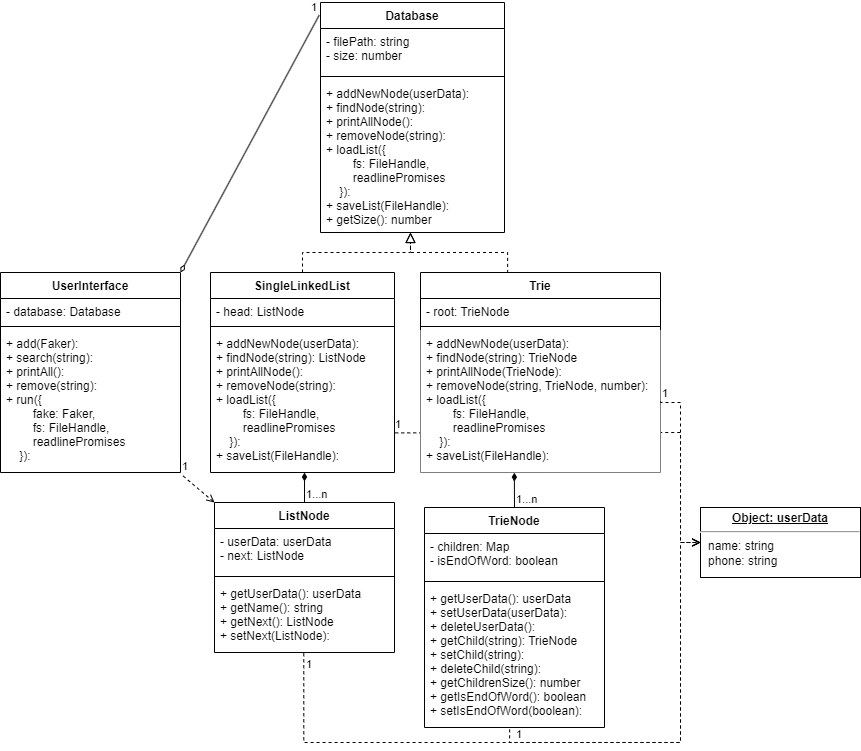
This is assets/step3.drawio.png from yongki150/object-oriented-phone-book, a draw.io export, as it was before one commit. Source tidied: cells renumbered, new cells last; positions are measured from the earlier drawing's top-left corner, leaving out a move shared by most shapes.
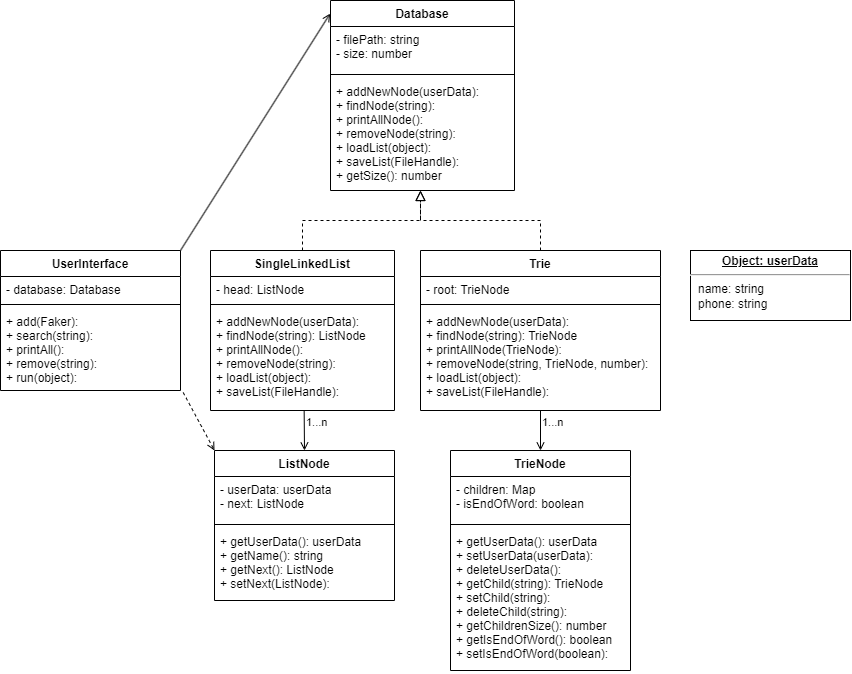
The same file after the commit.

Change to the diagram source:
```diff
@@ -2,23 +2,8 @@
   <root>
     <mxCell id="0" />
     <mxCell id="1" parent="0" />
-    <mxCell id="2" style="endArrow=open;endFill=0;html=1;align=left;verticalAlign=top;dashed=1;edgeStyle=orthogonalEdgeStyle;rounded=0;exitX=1.004;exitY=0.721;exitDx=0;exitDy=0;entryX=0;entryY=0.5;entryDx=0;entryDy=0;exitPerimeter=0;" parent="1" edge="1" source="11" target="38">
-      <mxGeometry x="-1" relative="1" as="geometry">
-        <Array as="points">
-          <mxPoint x="400" y="430" />
-          <mxPoint x="395" y="430" />
-          <mxPoint x="680" y="430" />
-          <mxPoint x="680" y="540" />
-        </Array>
-      </mxGeometry>
-    </mxCell>
-    <mxCell id="3" value="1" style="edgeLabel;html=1;align=left;verticalAlign=bottom;" parent="2" vertex="1">
-      <mxGeometry x="-1" relative="1" as="geometry">
-        <mxPoint x="-2" as="offset" />
-      </mxGeometry>
-    </mxCell>
     <mxCell id="4" value="UserInterface" style="swimlane;fontStyle=1;align=center;verticalAlign=top;horizontal=1;startSize=26;" parent="1" vertex="1">
-      <mxGeometry y="270" width="180" height="200" as="geometry" />
+      <mxGeometry y="270" width="180" height="140" as="geometry" />
     </mxCell>
     <mxCell id="5" value="- database: Database" style="text;strokeColor=none;fillColor=none;align=left;verticalAlign=top;spacingLeft=4;spacingRight=4;overflow=hidden;" parent="4" vertex="1">
       <mxGeometry y="26" width="180" height="24" as="geometry" />
@@ -26,11 +11,11 @@
     <mxCell id="6" style="line;strokeWidth=1;fillColor=none;align=left;verticalAlign=middle;spacingTop=-1;spacingLeft=3;spacingRight=3;labelPosition=right;strokeColor=inherit;" parent="4" vertex="1">
       <mxGeometry y="50" width="180" height="8" as="geometry" />
     </mxCell>
-    <mxCell id="7" value="+ add(Faker):&#10;+ search(string):&#10;+ printAll():&#10;+ remove(string):&#10;+ run({&#10;        fake: Faker,&#10;        fs: FileHandle,&#10;        readlinePromises&#10;    }):" style="text;strokeColor=none;fillColor=none;align=left;verticalAlign=top;spacingLeft=4;spacingRight=4;overflow=hidden;points=[[0,0.5],[1,0.5]];portConstraint=eastwest;" parent="4" vertex="1">
-      <mxGeometry y="58" width="180" height="142" as="geometry" />
+    <mxCell id="7" value="+ add(Faker):&#10;+ search(string):&#10;+ printAll():&#10;+ remove(string):&#10;+ run(object):" style="text;strokeColor=none;fillColor=none;align=left;verticalAlign=top;spacingLeft=4;spacingRight=4;overflow=hidden;points=[[0,0.5],[1,0.5]];portConstraint=eastwest;" parent="4" vertex="1">
+      <mxGeometry y="58" width="180" height="82" as="geometry" />
     </mxCell>
     <mxCell id="8" value="SingleLinkedList" style="swimlane;fontStyle=1;align=center;verticalAlign=top;horizontal=1;startSize=26;" parent="1" vertex="1">
-      <mxGeometry x="210" y="270" width="184" height="200" as="geometry" />
+      <mxGeometry x="210" y="270" width="184" height="160" as="geometry" />
     </mxCell>
     <mxCell id="9" value="- head: ListNode" style="text;strokeColor=none;fillColor=none;align=left;verticalAlign=top;spacingLeft=4;spacingRight=4;overflow=hidden;" parent="8" vertex="1">
       <mxGeometry y="26" width="184" height="24" as="geometry" />
@@ -38,27 +23,11 @@
     <mxCell id="10" style="line;strokeWidth=1;fillColor=none;align=left;verticalAlign=middle;spacingTop=-1;spacingLeft=3;spacingRight=3;labelPosition=right;strokeColor=inherit;" parent="8" vertex="1">
       <mxGeometry y="50" width="184" height="8" as="geometry" />
     </mxCell>
-    <mxCell id="11" value="+ addNewNode(userData): &#10;+ findNode(string): ListNode&#10;+ printAllNode():&#10;+ removeNode(string): &#10;+ loadList({&#10;        fs: FileHandle,&#10;        readlinePromises&#10;    }): &#10;+ saveList(FileHandle): " style="text;strokeColor=none;fillColor=none;align=left;verticalAlign=top;spacingLeft=4;spacingRight=4;overflow=hidden;points=[[0,0.5],[1,0.5]];portConstraint=eastwest;" parent="8" vertex="1">
-      <mxGeometry y="58" width="184" height="142" as="geometry" />
+    <mxCell id="11" value="+ addNewNode(userData): &#10;+ findNode(string): ListNode&#10;+ printAllNode():&#10;+ removeNode(string): &#10;+ loadList(object): &#10;+ saveList(FileHandle): " style="text;strokeColor=none;fillColor=none;align=left;verticalAlign=top;spacingLeft=4;spacingRight=4;overflow=hidden;points=[[0,0.5],[1,0.5]];portConstraint=eastwest;" parent="8" vertex="1">
+      <mxGeometry y="58" width="184" height="102" as="geometry" />
     </mxCell>
-    <mxCell id="12" style="endArrow=diamondThin;endFill=0;html=1;align=left;verticalAlign=top;exitX=-0.007;exitY=0.055;exitDx=0;exitDy=0;exitPerimeter=0;entryX=1;entryY=0;entryDx=0;entryDy=0;" parent="1" edge="1" source="32" target="4">
-      <mxGeometry x="-1" relative="1" as="geometry" />
-    </mxCell>
-    <mxCell id="13" value="1" style="edgeLabel;html=1;align=left;verticalAlign=bottom;" parent="12" vertex="1">
-      <mxGeometry x="-1" relative="1" as="geometry">
-        <mxPoint x="-10" as="offset" />
-      </mxGeometry>
-    </mxCell>
-    <mxCell id="14" style="endArrow=diamondThin;endFill=1;html=1;align=left;verticalAlign=top;exitX=0.5;exitY=0;exitDx=0;exitDy=0;" parent="1" edge="1" source="16">
-      <mxGeometry x="-1" relative="1" as="geometry">
-        <mxPoint x="304" y="470" as="targetPoint" />
-      </mxGeometry>
-    </mxCell>
-    <mxCell id="15" value="1...n" style="edgeLabel;html=1;align=left;verticalAlign=bottom;" parent="14" vertex="1">
-      <mxGeometry x="-1" relative="1" as="geometry" />
-    </mxCell>
     <mxCell id="16" value="ListNode" style="swimlane;fontStyle=1;align=center;verticalAlign=top;horizontal=1;startSize=26;" parent="1" vertex="1">
-      <mxGeometry x="214" y="500" width="180" height="150" as="geometry" />
+      <mxGeometry x="214" y="470" width="180" height="150" as="geometry" />
     </mxCell>
     <mxCell id="17" value="- userData: userData&#10;- next: ListNode" style="text;strokeColor=none;fillColor=none;align=left;verticalAlign=top;spacingLeft=4;spacingRight=4;overflow=hidden;" parent="16" vertex="1">
       <mxGeometry y="26" width="180" height="44" as="geometry" />
@@ -72,13 +41,8 @@
     <mxCell id="20" style="endArrow=open;endFill=0;html=1;align=left;verticalAlign=top;entryX=0;entryY=0;entryDx=0;entryDy=0;exitX=1.015;exitY=1.025;exitDx=0;exitDy=0;exitPerimeter=0;dashed=1;" parent="1" edge="1" source="7" target="16">
       <mxGeometry x="-1" relative="1" as="geometry" />
     </mxCell>
-    <mxCell id="21" value="1" style="edgeLabel;html=1;align=left;verticalAlign=bottom;" parent="20" vertex="1">
-      <mxGeometry x="-1" relative="1" as="geometry">
-        <mxPoint x="-3" y="-2" as="offset" />
-      </mxGeometry>
-    </mxCell>
     <mxCell id="22" value="Trie" style="swimlane;fontStyle=1;align=center;verticalAlign=top;horizontal=1;startSize=26;" parent="1" vertex="1">
-      <mxGeometry x="420" y="270" width="240" height="200" as="geometry" />
+      <mxGeometry x="420" y="270" width="240" height="160" as="geometry" />
     </mxCell>
     <mxCell id="23" value="- root: TrieNode" style="text;align=left;verticalAlign=top;spacingLeft=4;spacingRight=4;overflow=hidden;fillColor=none;" parent="22" vertex="1">
       <mxGeometry y="26" width="240" height="24" as="geometry" />
@@ -86,11 +50,11 @@
     <mxCell id="24" style="line;strokeWidth=1;fillColor=none;align=left;verticalAlign=middle;spacingTop=-1;spacingLeft=3;spacingRight=3;labelPosition=right;strokeColor=inherit;" parent="22" vertex="1">
       <mxGeometry y="50" width="240" height="8" as="geometry" />
     </mxCell>
-    <mxCell id="25" value="+ addNewNode(userData): &#10;+ findNode(string): TrieNode&#10;+ printAllNode(TrieNode):&#10;+ removeNode(string, TrieNode, number): &#10;+ loadList({&#10;        fs: FileHandle,&#10;        readlinePromises&#10;    }): &#10;+ saveList(FileHandle): " style="text;align=left;verticalAlign=top;spacingLeft=4;spacingRight=4;overflow=hidden;points=[[0,0.5],[1,0.5]];portConstraint=eastwest;fillColor=default;strokeColor=none;" parent="22" vertex="1">
-      <mxGeometry y="58" width="240" height="142" as="geometry" />
+    <mxCell id="25" value="+ addNewNode(userData): &#10;+ findNode(string): TrieNode&#10;+ printAllNode(TrieNode):&#10;+ removeNode(string, TrieNode, number): &#10;+ loadList(object): &#10;+ saveList(FileHandle): " style="text;align=left;verticalAlign=top;spacingLeft=4;spacingRight=4;overflow=hidden;points=[[0,0.5],[1,0.5]];portConstraint=eastwest;fillColor=none;strokeColor=none;" parent="22" vertex="1">
+      <mxGeometry y="58" width="240" height="102" as="geometry" />
     </mxCell>
     <mxCell id="26" value="TrieNode" style="swimlane;fontStyle=1;align=center;verticalAlign=top;horizontal=1;startSize=26;" parent="1" vertex="1">
-      <mxGeometry x="424" y="505" width="180" height="220" as="geometry" />
+      <mxGeometry x="450" y="470" width="180" height="220" as="geometry" />
     </mxCell>
     <mxCell id="27" value="- children: Map&#10;- isEndOfWord: boolean" style="text;strokeColor=none;fillColor=none;align=left;verticalAlign=top;spacingLeft=4;spacingRight=4;overflow=hidden;" parent="26" vertex="1">
       <mxGeometry y="26" width="180" height="44" as="geometry" />
@@ -101,14 +65,16 @@
     <mxCell id="29" value="+ getUserData(): userData&#10;+ setUserData(userData):&#10;+ deleteUserData():&#10;+ getChild(string): TrieNode&#10;+ setChild(string):&#10;+ deleteChild(string):&#10;+ getChildrenSize(): number&#10;+ getIsEndOfWord(): boolean&#10;+ setIsEndOfWord(boolean):&#10;" style="text;strokeColor=none;fillColor=none;align=left;verticalAlign=top;spacingLeft=4;spacingRight=4;overflow=hidden;points=[[0,0.5],[1,0.5]];portConstraint=eastwest;" parent="26" vertex="1">
       <mxGeometry y="78" width="180" height="142" as="geometry" />
     </mxCell>
-    <mxCell id="30" style="endArrow=diamondThin;endFill=1;html=1;align=left;verticalAlign=top;exitX=0.5;exitY=0;exitDx=0;exitDy=0;entryX=0.391;entryY=1.001;entryDx=0;entryDy=0;entryPerimeter=0;" parent="1" edge="1" source="26" target="25">
+    <mxCell id="30" style="endArrow=open;endFill=0;html=1;align=left;verticalAlign=top;exitX=0.5;exitY=1;exitDx=0;exitDy=0;entryX=0.5;entryY=0;entryDx=0;entryDy=0;" parent="1" edge="1" source="22" target="26">
       <mxGeometry x="-1" relative="1" as="geometry" />
     </mxCell>
     <mxCell id="31" value="1...n" style="edgeLabel;html=1;align=left;verticalAlign=bottom;" parent="30" vertex="1">
-      <mxGeometry x="-1" relative="1" as="geometry" />
+      <mxGeometry x="-1" relative="1" as="geometry">
+        <mxPoint y="20" as="offset" />
+      </mxGeometry>
     </mxCell>
     <mxCell id="32" value="Database" style="swimlane;fontStyle=1;align=center;verticalAlign=top;horizontal=1;startSize=26;" parent="1" vertex="1">
-      <mxGeometry x="320" width="184" height="230" as="geometry" />
+      <mxGeometry x="330" y="20" width="184" height="190" as="geometry" />
     </mxCell>
     <mxCell id="33" value="- filePath: string&#10;- size: number" style="text;strokeColor=none;fillColor=none;align=left;verticalAlign=top;spacingLeft=4;spacingRight=4;overflow=hidden;" parent="32" vertex="1">
       <mxGeometry y="26" width="184" height="44" as="geometry" />
@@ -116,59 +82,30 @@
     <mxCell id="34" style="line;strokeWidth=1;fillColor=none;align=left;verticalAlign=middle;spacingTop=-1;spacingLeft=3;spacingRight=3;labelPosition=right;strokeColor=inherit;" parent="32" vertex="1">
       <mxGeometry y="70" width="184" height="8" as="geometry" />
     </mxCell>
-    <mxCell id="35" value="+ addNewNode(userData): &#10;+ findNode(string): &#10;+ printAllNode():&#10;+ removeNode(string): &#10;+ loadList({&#10;        fs: FileHandle,&#10;        readlinePromises&#10;    }): &#10;+ saveList(FileHandle): &#10;+ getSize(): number" style="text;strokeColor=none;fillColor=none;align=left;verticalAlign=top;spacingLeft=4;spacingRight=4;overflow=hidden;points=[[0,0.5],[1,0.5]];portConstraint=eastwest;" parent="32" vertex="1">
-      <mxGeometry y="78" width="184" height="152" as="geometry" />
+    <mxCell id="35" value="+ addNewNode(userData): &#10;+ findNode(string): &#10;+ printAllNode():&#10;+ removeNode(string): &#10;+ loadList(object): &#10;+ saveList(FileHandle): &#10;+ getSize(): number" style="text;strokeColor=none;fillColor=none;align=left;verticalAlign=top;spacingLeft=4;spacingRight=4;overflow=hidden;points=[[0,0.5],[1,0.5]];portConstraint=eastwest;" parent="32" vertex="1">
+      <mxGeometry y="78" width="184" height="112" as="geometry" />
     </mxCell>
     <mxCell id="36" style="endArrow=block;startArrow=none;endFill=0;startFill=0;endSize=8;html=1;verticalAlign=bottom;labelBackgroundColor=none;exitX=0.5;exitY=0;exitDx=0;exitDy=0;entryX=0.489;entryY=1;entryDx=0;entryDy=0;entryPerimeter=0;edgeStyle=orthogonalEdgeStyle;rounded=0;dashed=1;" parent="1" edge="1" source="8" target="35">
       <mxGeometry relative="1" as="geometry" />
     </mxCell>
-    <mxCell id="37" style="endArrow=block;startArrow=none;endFill=0;startFill=0;endSize=8;html=1;verticalAlign=bottom;labelBackgroundColor=none;exitX=0.363;exitY=0.002;exitDx=0;exitDy=0;edgeStyle=orthogonalEdgeStyle;rounded=0;exitPerimeter=0;dashed=1;" parent="1" edge="1" source="22">
+    <mxCell id="37" style="endArrow=block;startArrow=none;endFill=0;startFill=0;endSize=8;html=1;verticalAlign=bottom;labelBackgroundColor=none;exitX=0.5;exitY=0;exitDx=0;exitDy=0;edgeStyle=orthogonalEdgeStyle;rounded=0;dashed=1;" parent="1" edge="1" source="22">
       <mxGeometry relative="1" as="geometry">
-        <mxPoint x="410" y="230" as="targetPoint" />
+        <mxPoint x="420" y="210" as="targetPoint" />
       </mxGeometry>
     </mxCell>
-    <mxCell id="38" value="&lt;p style=&quot;margin:0px;margin-top:4px;text-align:center;text-decoration:underline;&quot;&gt;&lt;b&gt;Object: userData&lt;/b&gt;&lt;/p&gt;&lt;hr&gt;&lt;p style=&quot;margin:0px;margin-left:8px;&quot;&gt;name: string&lt;br&gt;phone: string&lt;br&gt;&lt;/p&gt;" style="verticalAlign=top;align=left;overflow=fill;fontSize=12;fontFamily=Helvetica;html=1;" parent="1" vertex="1">
-      <mxGeometry x="700" y="505" width="160" height="70" as="geometry" />
+    <mxCell id="38" value="&lt;p style=&quot;margin:0px;margin-top:4px;text-align:center;text-decoration:underline;&quot;&gt;&lt;b&gt;Object: userData&lt;/b&gt;&lt;/p&gt;&lt;hr&gt;&lt;p style=&quot;margin:0px;margin-left:8px;&quot;&gt;name: string&lt;br&gt;phone: string&lt;br&gt;&lt;/p&gt;" style="verticalAlign=top;align=left;overflow=fill;fontSize=12;fontFamily=Helvetica;html=1;fillColor=none;" parent="1" vertex="1">
+      <mxGeometry x="690" y="270" width="160" height="70" as="geometry" />
     </mxCell>
-    <mxCell id="39" style="endArrow=open;endFill=0;html=1;align=left;verticalAlign=top;dashed=1;edgeStyle=orthogonalEdgeStyle;rounded=0;exitX=1;exitY=0.5;exitDx=0;exitDy=0;entryX=0;entryY=0.5;entryDx=0;entryDy=0;" parent="1" edge="1" source="25" target="38">
-      <mxGeometry x="-1" relative="1" as="geometry">
-        <Array as="points">
-          <mxPoint x="660" y="400" />
-          <mxPoint x="680" y="400" />
-          <mxPoint x="680" y="540" />
-        </Array>
-      </mxGeometry>
-    </mxCell>
-    <mxCell id="40" value="1" style="edgeLabel;html=1;align=left;verticalAlign=bottom;" parent="39" vertex="1">
-      <mxGeometry x="-1" relative="1" as="geometry" />
-    </mxCell>
-    <mxCell id="41" style="endArrow=open;endFill=0;html=1;align=left;verticalAlign=top;dashed=1;exitX=0.496;exitY=1.011;exitDx=0;exitDy=0;edgeStyle=orthogonalEdgeStyle;rounded=0;exitPerimeter=0;entryX=0;entryY=0.5;entryDx=0;entryDy=0;" parent="1" edge="1" source="19" target="38">
-      <mxGeometry x="-1" relative="1" as="geometry">
-        <Array as="points">
-          <mxPoint x="303" y="740" />
-          <mxPoint x="680" y="740" />
-          <mxPoint x="680" y="540" />
-        </Array>
-      </mxGeometry>
-    </mxCell>
-    <mxCell id="42" value="1" style="edgeLabel;html=1;align=left;verticalAlign=bottom;" parent="41" vertex="1">
-      <mxGeometry x="-1" relative="1" as="geometry">
-        <mxPoint x="1" y="19" as="offset" />
-      </mxGeometry>
-    </mxCell>
-    <mxCell id="43" style="endArrow=open;endFill=0;html=1;align=left;verticalAlign=top;dashed=1;exitX=0.473;exitY=1.013;exitDx=0;exitDy=0;edgeStyle=orthogonalEdgeStyle;rounded=0;exitPerimeter=0;entryX=0;entryY=0.5;entryDx=0;entryDy=0;" parent="1" edge="1" source="29" target="38">
-      <mxGeometry x="-1" relative="1" as="geometry">
-        <Array as="points">
-          <mxPoint x="509" y="740" />
-          <mxPoint x="680" y="740" />
-          <mxPoint x="680" y="540" />
-        </Array>
-      </mxGeometry>
-    </mxCell>
-    <mxCell id="44" value="1" style="edgeLabel;html=1;align=left;verticalAlign=bottom;" parent="43" vertex="1">
-      <mxGeometry x="-1" relative="1" as="geometry">
-        <mxPoint x="5" y="13" as="offset" />
-      </mxGeometry>
-    </mxCell>
+    <mxCell id="3" style="endArrow=open;endFill=0;html=1;align=left;verticalAlign=top;entryX=-0.002;entryY=0.069;entryDx=0;entryDy=0;exitX=1;exitY=0;exitDx=0;exitDy=0;entryPerimeter=0;" parent="1" edge="1" source="4" target="32">
+      <mxGeometry x="-1" relative="1" as="geometry" />
+    </mxCell>
+    <mxCell id="14" style="endArrow=open;endFill=0;html=1;align=left;verticalAlign=top;exitX=0.509;exitY=1.004;exitDx=0;exitDy=0;entryX=0.5;entryY=0;entryDx=0;entryDy=0;exitPerimeter=0;" parent="1" edge="1" source="11" target="16">
+      <mxGeometry x="-1" relative="1" as="geometry" />
+    </mxCell>
+    <mxCell id="15" value="1...n" style="edgeLabel;html=1;align=left;verticalAlign=bottom;" parent="14" vertex="1">
+      <mxGeometry x="-1" relative="1" as="geometry">
+        <mxPoint y="20" as="offset" />
+      </mxGeometry>
+    </mxCell>
   </root>
 </mxGraphModel>
```
